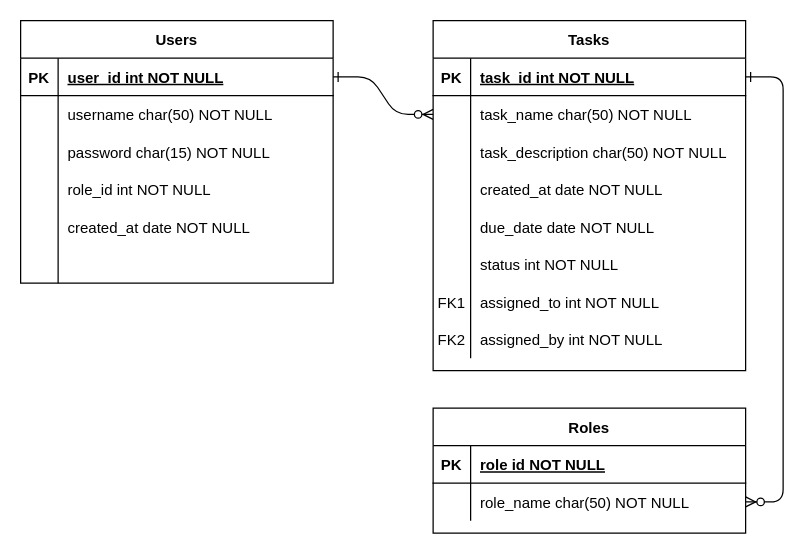
The draw.io diagram ER.drawio in teezhiyao/task_management_api, before the edit. Source tidied: cells renumbered, new cells numbered last; positions are measured from the earlier drawing's top-left corner, leaving out a move shared by most shapes. Both pictures are drawn from the tidied source at 125%, with x=0, y=0 at pixel (20, 20).
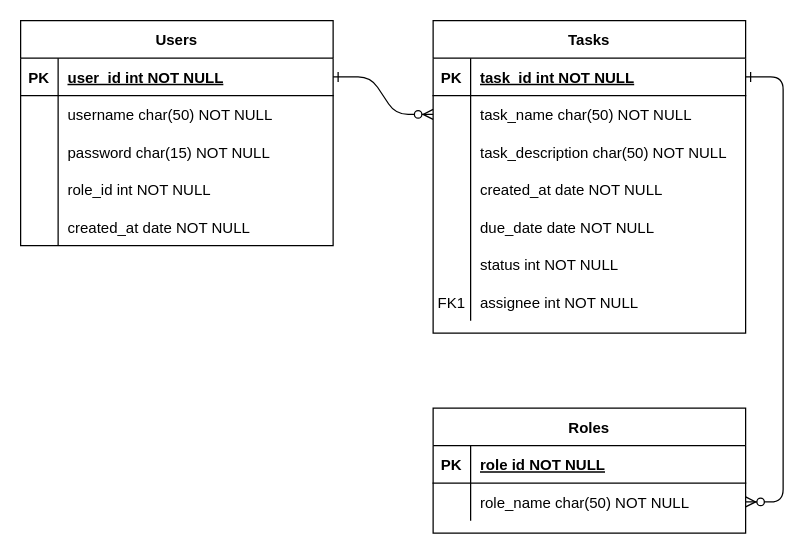
After the change.

The change refers to these unchanged cells:
```xml
<mxCell id="23" style="shape=partialRectangle;fillColor=none;top=0;left=0;right=0;bottom=0;" parent="4" vertex="1">
  <mxGeometry y="210" width="250" height="30" as="geometry" />
</mxCell>
```

Diff of the diagram source:
```diff
@@
     <mxCell id="4" value="Tasks" style="shape=table;startSize=30;childLayout=tableLayout;rowLines=0;fontStyle=1;align=center;" parent="1" vertex="1">
-      <mxGeometry x="330" width="250" height="280" as="geometry" />
+      <mxGeometry x="330" width="250" height="250" as="geometry" />
     </mxCell>
@@
-    <mxCell id="25" value="assigned_to int NOT NULL" style="shape=partialRectangle;overflow=hidden;fillColor=none;top=0;left=0;bottom=0;right=0;align=left;spacingLeft=6;" parent="23" vertex="1">
+    <mxCell id="25" value="assignee int NOT NULL" style="shape=partialRectangle;overflow=hidden;fillColor=none;top=0;left=0;bottom=0;right=0;align=left;spacingLeft=6;" parent="23" vertex="1">
       <mxGeometry x="30" width="220" height="30" as="geometry" />
     </mxCell>
-    <mxCell id="26" style="shape=partialRectangle;fillColor=none;top=0;left=0;right=0;bottom=0;" parent="4" vertex="1">
-      <mxGeometry y="240" width="250" height="30" as="geometry" />
-    </mxCell>
-    <mxCell id="27" value="FK2" style="shape=partialRectangle;overflow=hidden;fillColor=none;top=0;left=0;bottom=0;right=0;" parent="26" vertex="1">
-      <mxGeometry width="30" height="30" as="geometry" />
-    </mxCell>
-    <mxCell id="28" value="assigned_by int NOT NULL" style="shape=partialRectangle;overflow=hidden;fillColor=none;top=0;left=0;bottom=0;right=0;align=left;spacingLeft=6;" parent="26" vertex="1">
-      <mxGeometry x="30" width="220" height="30" as="geometry" />
-    </mxCell>
@@
     <mxCell id="36" value="Users" style="shape=table;startSize=30;childLayout=tableLayout;rowLines=0;fontStyle=1;align=center;" parent="1" vertex="1">
-      <mxGeometry width="250" height="210" as="geometry" />
+      <mxGeometry width="250" height="180" as="geometry" />
     </mxCell>
@@
-    <mxCell id="52" style="shape=partialRectangle;fillColor=none;top=0;left=0;right=0;bottom=0;" parent="36" vertex="1">
-      <mxGeometry y="180" width="250" height="30" as="geometry" />
-    </mxCell>
-    <mxCell id="53" style="shape=partialRectangle;overflow=hidden;fillColor=none;top=0;left=0;bottom=0;right=0;" parent="52" vertex="1">
-      <mxGeometry width="30" height="30" as="geometry" />
-    </mxCell>
-    <mxCell id="54" style="shape=partialRectangle;overflow=hidden;fillColor=none;top=0;left=0;bottom=0;right=0;align=left;spacingLeft=6;" parent="52" vertex="1">
-      <mxGeometry x="30" width="220" height="30" as="geometry" />
-    </mxCell>
```
